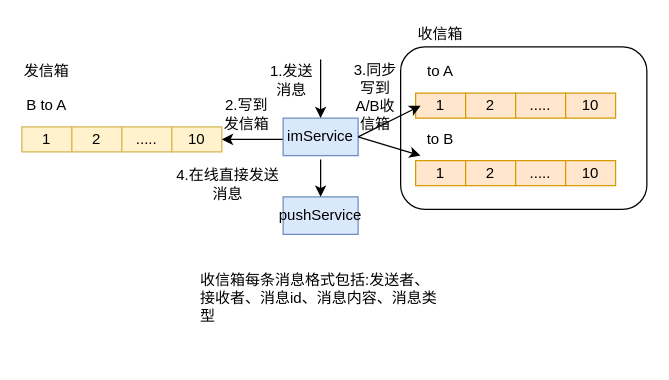
Earlier version of the draw.io diagram arch/im/singleChat.drawio (zhangchuhu/drawio). Source tidied: cells renumbered, new cells numbered last; positions are measured from the earlier drawing's top-left corner, leaving out a move shared by most shapes. Both pictures are drawn from the tidied source at 125%, with x=0, y=0 at pixel (21, 21).
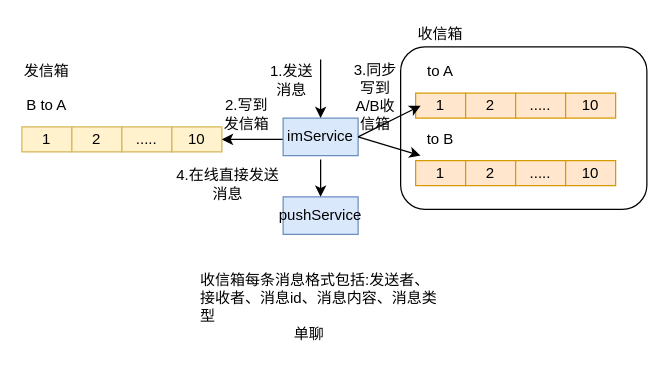
After the change.

What changed in the source:
```diff
@@
+    <mxCell id="32" value="单聊" style="text;html=1;strokeColor=none;fillColor=none;align=center;verticalAlign=middle;whiteSpace=wrap;rounded=0;" parent="1" vertex="1">
+      <mxGeometry x="210" y="240" width="40" height="20" as="geometry" />
+    </mxCell>
```
